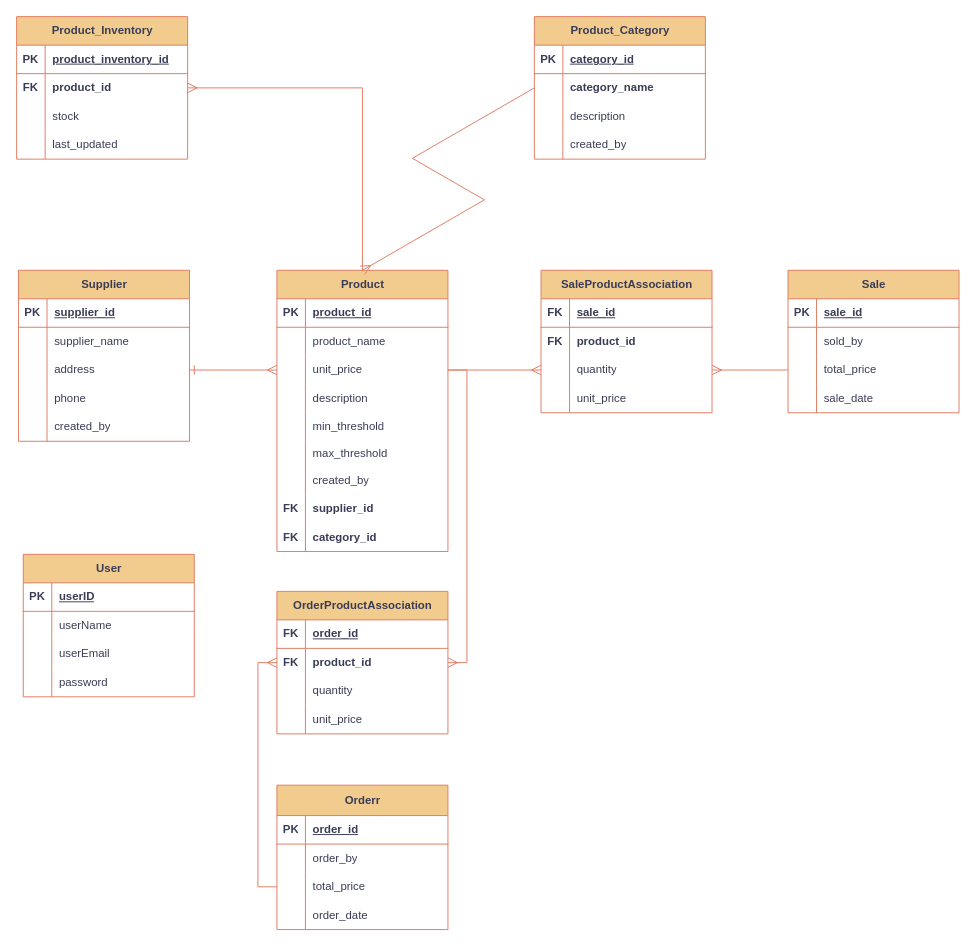
This is data_modeling.drawio from SoriyaChan/wct2, a draw.io file, before an edit. Source tidied: cells renumbered, new cells numbered last; positions are measured from the earlier drawing's top-left corner, leaving out a move shared by most shapes. Both pictures are drawn from the tidied source at 95%, with x=0, y=0 at pixel (16, 16).
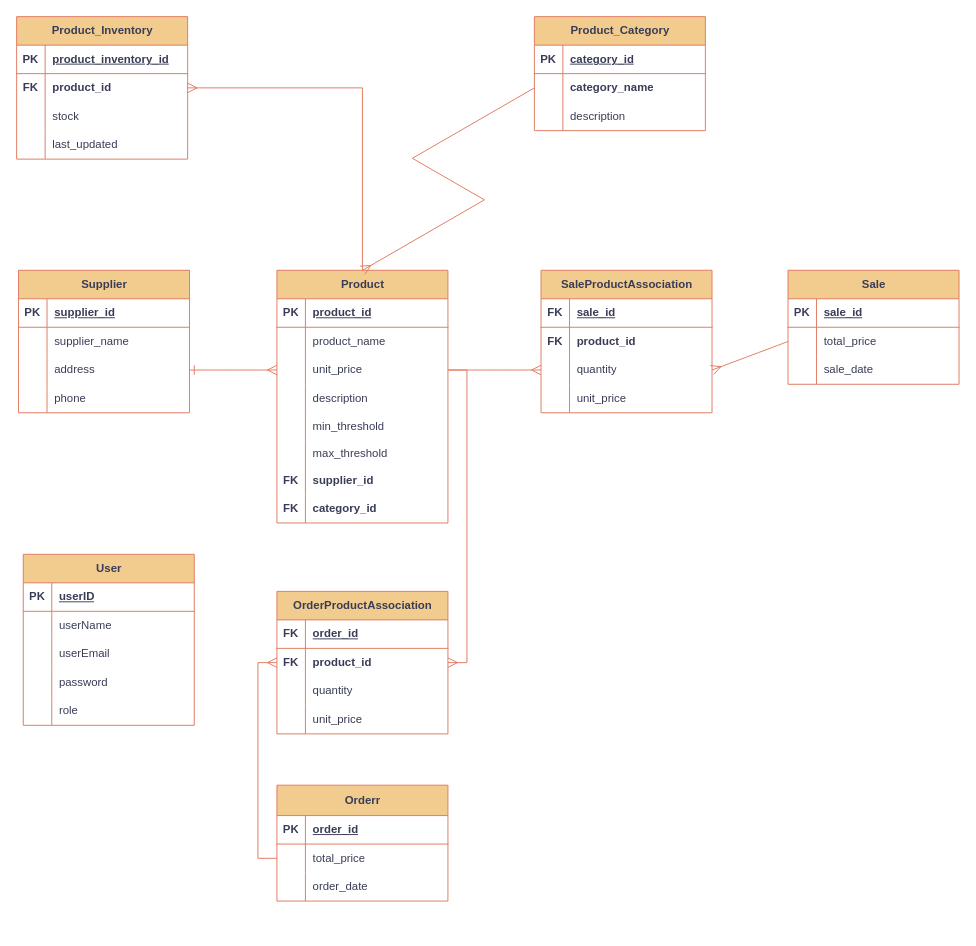
Above is the later version.

The edit, as a diff of the source:
```diff
@@
     <mxCell id="2" value="Supplier" style="shape=table;startSize=30;childLayout=tableLayout;rowLines=0;fontStyle=1;align=center;html=1;labelBackgroundColor=none;fillColor=#F2CC8F;strokeColor=#E07A5F;fontColor=#393C56;" parent="1" vertex="1">
-      <mxGeometry x="2" y="267" width="180" height="180" as="geometry" />
+      <mxGeometry x="2" y="267" width="180" height="150" as="geometry" />
     </mxCell>
@@
-    <mxCell id="15" style="shape=tableRow;horizontal=0;startSize=0;swimlaneHead=0;swimlaneBody=0;fillColor=none;top=0;left=0;right=0;bottom=0;labelBackgroundColor=none;strokeColor=#E07A5F;fontColor=#393C56;" parent="2" vertex="1">
-      <mxGeometry y="150" width="180" height="30" as="geometry" />
-    </mxCell>
-    <mxCell id="16" style="shape=partialRectangle;fillColor=none;top=0;left=0;bottom=0;right=0;overflow=hidden;whiteSpace=wrap;html=1;labelBackgroundColor=none;strokeColor=#E07A5F;fontColor=#393C56;" parent="15" vertex="1">
-      <mxGeometry width="30" height="30" as="geometry" />
-    </mxCell>
-    <mxCell id="17" value="created_by" style="shape=partialRectangle;fillColor=none;top=0;left=0;bottom=0;right=0;align=left;spacingLeft=6;overflow=hidden;whiteSpace=wrap;html=1;labelBackgroundColor=none;strokeColor=#E07A5F;fontColor=#393C56;" parent="15" vertex="1">
-      <mxGeometry x="30" width="150" height="30" as="geometry" />
-    </mxCell>
     <mxCell id="18" value="&lt;b&gt;Product&lt;/b&gt;" style="shape=table;startSize=30;childLayout=tableLayout;rowLines=0;fontStyle=0;align=center;html=1;labelBackgroundColor=none;fillColor=#F2CC8F;strokeColor=#E07A5F;fontColor=#393C56;" parent="1" vertex="1">
-      <mxGeometry x="274" y="267" width="180" height="296" as="geometry" />
+      <mxGeometry x="274" y="267" width="180" height="266" as="geometry" />
     </mxCell>
@@
-    <mxCell id="37" style="shape=tableRow;horizontal=0;startSize=0;swimlaneHead=0;swimlaneBody=0;fillColor=none;top=0;left=0;right=0;bottom=0;labelBackgroundColor=none;strokeColor=#E07A5F;fontColor=#393C56;" parent="18" vertex="1">
-      <mxGeometry y="206" width="180" height="30" as="geometry" />
-    </mxCell>
-    <mxCell id="38" style="shape=partialRectangle;fillColor=none;top=0;left=0;bottom=0;right=0;overflow=hidden;whiteSpace=wrap;html=1;labelBackgroundColor=none;strokeColor=#E07A5F;fontColor=#393C56;" parent="37" vertex="1">
-      <mxGeometry width="30" height="30" as="geometry" />
-    </mxCell>
-    <mxCell id="39" value="created_by" style="shape=partialRectangle;fillColor=none;top=0;left=0;bottom=0;right=0;align=left;spacingLeft=6;overflow=hidden;whiteSpace=wrap;html=1;labelBackgroundColor=none;strokeColor=#E07A5F;fontColor=#393C56;" parent="37" vertex="1">
-      <mxGeometry x="30" width="150" height="30" as="geometry" />
-    </mxCell>
     <mxCell id="40" style="shape=tableRow;horizontal=0;startSize=0;swimlaneHead=0;swimlaneBody=0;fillColor=none;top=0;left=0;right=0;bottom=0;labelBackgroundColor=none;strokeColor=#E07A5F;fontColor=#393C56;" parent="18" vertex="1">
-      <mxGeometry y="236" width="180" height="30" as="geometry" />
+      <mxGeometry y="206" width="180" height="30" as="geometry" />
     </mxCell>
@@
     <mxCell id="43" style="shape=tableRow;horizontal=0;startSize=0;swimlaneHead=0;swimlaneBody=0;fillColor=none;top=0;left=0;right=0;bottom=0;labelBackgroundColor=none;strokeColor=#E07A5F;fontColor=#393C56;" parent="18" vertex="1">
-      <mxGeometry y="266" width="180" height="30" as="geometry" />
+      <mxGeometry y="236" width="180" height="30" as="geometry" />
     </mxCell>
@@
     <mxCell id="90" value="Sale" style="shape=table;startSize=30;childLayout=tableLayout;rowLines=0;fontStyle=1;align=center;html=1;labelBackgroundColor=none;fillColor=#F2CC8F;strokeColor=#E07A5F;fontColor=#393C56;" parent="1" vertex="1">
-      <mxGeometry x="812" y="267" width="180" height="150" as="geometry" />
+      <mxGeometry x="812" y="267" width="180" height="120" as="geometry" />
     </mxCell>
@@
-    <mxCell id="94" style="shape=tableRow;horizontal=0;startSize=0;swimlaneHead=0;swimlaneBody=0;fillColor=none;top=0;left=0;right=0;bottom=0;labelBackgroundColor=none;strokeColor=#E07A5F;fontColor=#393C56;" parent="90" vertex="1">
-      <mxGeometry y="60" width="180" height="30" as="geometry" />
-    </mxCell>
-    <mxCell id="95" style="shape=partialRectangle;fillColor=none;top=0;left=0;bottom=0;right=0;overflow=hidden;whiteSpace=wrap;html=1;fontStyle=1;labelBackgroundColor=none;strokeColor=#E07A5F;fontColor=#393C56;" parent="94" vertex="1">
-      <mxGeometry width="30" height="30" as="geometry" />
-    </mxCell>
-    <mxCell id="96" value="sold_by" style="shape=partialRectangle;fillColor=none;top=0;left=0;bottom=0;right=0;align=left;spacingLeft=6;overflow=hidden;whiteSpace=wrap;html=1;fontStyle=0;labelBackgroundColor=none;strokeColor=#E07A5F;fontColor=#393C56;" parent="94" vertex="1">
-      <mxGeometry x="30" width="150" height="30" as="geometry" />
-    </mxCell>
     <mxCell id="97" style="shape=tableRow;horizontal=0;startSize=0;swimlaneHead=0;swimlaneBody=0;fillColor=none;points=[[0,0.5],[1,0.5]];portConstraint=eastwest;top=0;left=0;right=0;bottom=0;labelBackgroundColor=none;strokeColor=#E07A5F;fontColor=#393C56;" parent="90" vertex="1">
-      <mxGeometry y="90" width="180" height="30" as="geometry" />
+      <mxGeometry y="60" width="180" height="30" as="geometry" />
     </mxCell>
@@
     <mxCell id="100" style="shape=tableRow;horizontal=0;startSize=0;swimlaneHead=0;swimlaneBody=0;fillColor=none;top=0;left=0;right=0;bottom=0;labelBackgroundColor=none;strokeColor=#E07A5F;fontColor=#393C56;" parent="90" vertex="1">
-      <mxGeometry y="120" width="180" height="30" as="geometry" />
+      <mxGeometry y="90" width="180" height="30" as="geometry" />
     </mxCell>
@@
     <mxCell id="104" value="Orderr" style="shape=table;startSize=32;childLayout=tableLayout;rowLines=0;fontStyle=1;align=center;html=1;labelBackgroundColor=none;fillColor=#F2CC8F;strokeColor=#E07A5F;fontColor=#393C56;" parent="1" vertex="1">
-      <mxGeometry x="274" y="809" width="180" height="152" as="geometry" />
+      <mxGeometry x="274" y="809" width="180" height="122" as="geometry" />
     </mxCell>
@@
-    <mxCell id="108" style="shape=tableRow;horizontal=0;startSize=0;swimlaneHead=0;swimlaneBody=0;fillColor=none;top=0;left=0;right=0;bottom=0;labelBackgroundColor=none;strokeColor=#E07A5F;fontColor=#393C56;" parent="104" vertex="1">
-      <mxGeometry y="62" width="180" height="30" as="geometry" />
-    </mxCell>
-    <mxCell id="109" style="shape=partialRectangle;fillColor=none;top=0;left=0;bottom=0;right=0;overflow=hidden;whiteSpace=wrap;html=1;fontStyle=1;labelBackgroundColor=none;strokeColor=#E07A5F;fontColor=#393C56;" parent="108" vertex="1">
-      <mxGeometry width="30" height="30" as="geometry" />
-    </mxCell>
-    <mxCell id="110" value="order_by" style="shape=partialRectangle;fillColor=none;top=0;left=0;bottom=0;right=0;align=left;spacingLeft=6;overflow=hidden;whiteSpace=wrap;html=1;fontStyle=0;labelBackgroundColor=none;strokeColor=#E07A5F;fontColor=#393C56;" parent="108" vertex="1">
-      <mxGeometry x="30" width="150" height="30" as="geometry" />
-    </mxCell>
     <mxCell id="111" style="shape=tableRow;horizontal=0;startSize=0;swimlaneHead=0;swimlaneBody=0;fillColor=none;points=[[0,0.5],[1,0.5]];portConstraint=eastwest;top=0;left=0;right=0;bottom=0;labelBackgroundColor=none;strokeColor=#E07A5F;fontColor=#393C56;" parent="104" vertex="1">
-      <mxGeometry y="92" width="180" height="30" as="geometry" />
+      <mxGeometry y="62" width="180" height="30" as="geometry" />
     </mxCell>
@@
     <mxCell id="114" style="shape=tableRow;horizontal=0;startSize=0;swimlaneHead=0;swimlaneBody=0;fillColor=none;top=0;left=0;right=0;bottom=0;labelBackgroundColor=none;strokeColor=#E07A5F;fontColor=#393C56;" parent="104" vertex="1">
-      <mxGeometry y="122" width="180" height="30" as="geometry" />
+      <mxGeometry y="92" width="180" height="30" as="geometry" />
     </mxCell>
@@
     <mxCell id="117" value="User" style="shape=table;startSize=30;childLayout=tableLayout;rowLines=0;fontStyle=1;align=center;html=1;labelBackgroundColor=none;fillColor=#F2CC8F;strokeColor=#E07A5F;fontColor=#393C56;" parent="1" vertex="1">
-      <mxGeometry x="7" y="566" width="180" height="150" as="geometry" />
+      <mxGeometry x="7" y="566" width="180" height="180" as="geometry" />
     </mxCell>
@@
+    <mxCell id="15" style="shape=tableRow;horizontal=0;startSize=0;swimlaneHead=0;swimlaneBody=0;fillColor=none;top=0;left=0;right=0;bottom=0;labelBackgroundColor=none;strokeColor=#E07A5F;fontColor=#393C56;" parent="117" vertex="1">
+      <mxGeometry y="150" width="180" height="30" as="geometry" />
+    </mxCell>
+    <mxCell id="144" style="shape=partialRectangle;fillColor=none;top=0;left=0;bottom=0;right=0;overflow=hidden;whiteSpace=wrap;html=1;fontStyle=1;labelBackgroundColor=none;strokeColor=#E07A5F;fontColor=#393C56;" parent="15" vertex="1">
+      <mxGeometry width="30" height="30" as="geometry" />
+    </mxCell>
+    <mxCell id="145" value="role" style="shape=partialRectangle;fillColor=none;top=0;left=0;bottom=0;right=0;align=left;spacingLeft=6;overflow=hidden;whiteSpace=wrap;html=1;labelBackgroundColor=none;strokeColor=#E07A5F;fontColor=#393C56;" parent="15" vertex="1">
+      <mxGeometry x="30" width="150" height="30" as="geometry" />
+    </mxCell>
     <mxCell id="130" value="Product_Category" style="shape=table;startSize=30;childLayout=tableLayout;rowLines=0;fontStyle=1;align=center;html=1;labelBackgroundColor=none;fillColor=#F2CC8F;strokeColor=#E07A5F;fontColor=#393C56;" parent="1" vertex="1">
-      <mxGeometry x="545" width="180" height="150" as="geometry" />
+      <mxGeometry x="545" width="180" height="120" as="geometry" />
     </mxCell>
@@
-    <mxCell id="140" style="shape=tableRow;horizontal=0;startSize=0;swimlaneHead=0;swimlaneBody=0;fillColor=none;top=0;left=0;right=0;bottom=0;labelBackgroundColor=none;strokeColor=#E07A5F;fontColor=#393C56;" parent="130" vertex="1">
-      <mxGeometry y="120" width="180" height="30" as="geometry" />
-    </mxCell>
-    <mxCell id="141" style="shape=partialRectangle;fillColor=none;top=0;left=0;bottom=0;right=0;overflow=hidden;whiteSpace=wrap;html=1;labelBackgroundColor=none;strokeColor=#E07A5F;fontColor=#393C56;" parent="140" vertex="1">
-      <mxGeometry width="30" height="30" as="geometry" />
-    </mxCell>
-    <mxCell id="142" value="created_by" style="shape=partialRectangle;fillColor=none;top=0;left=0;bottom=0;right=0;align=left;spacingLeft=6;overflow=hidden;whiteSpace=wrap;html=1;labelBackgroundColor=none;strokeColor=#E07A5F;fontColor=#393C56;" parent="140" vertex="1">
-      <mxGeometry x="30" width="150" height="30" as="geometry" />
-    </mxCell>
```
